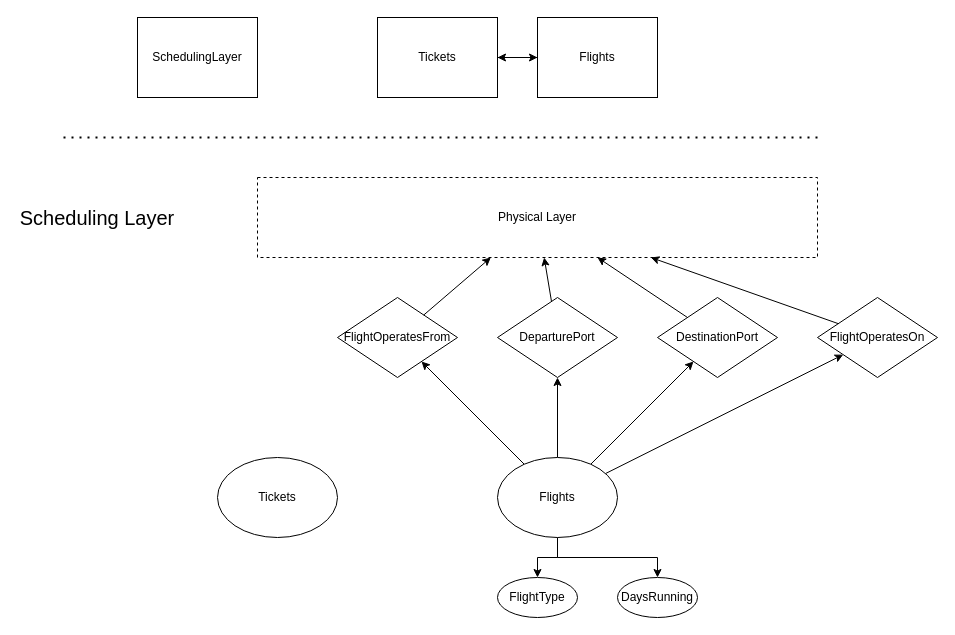
Earlier version of the draw.io diagram page "SchedulingLayer" (4 of 7) of ERDiagram.drawio (kyle4036/DatabaseManagement2026Project1). Source tidied: cells renumbered, new cells numbered last; positions are measured from the earlier drawing's top-left corner, leaving out a move shared by most shapes. Both pictures are drawn from the tidied source at 100%, with x=0, y=0 at pixel (17, 17).
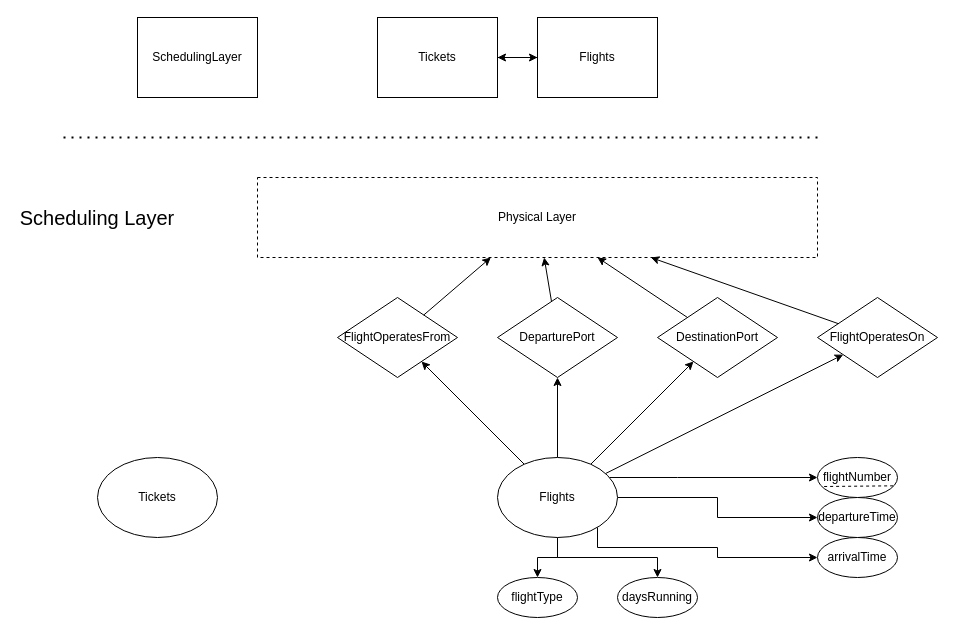
After the change.

The change refers to these unchanged cells:
```xml
<mxCell id="15" value="Flights" style="ellipse;whiteSpace=wrap;html=1;" parent="1" vertex="1">
  <mxGeometry x="480" y="440" width="120" height="80" as="geometry" />
</mxCell>
```

The edit, as a diff of the source:
```diff
@@
+    <mxCell id="29" style="edgeStyle=orthogonalEdgeStyle;rounded=0;jettySize=auto;html=1;" parent="1" edge="1" source="15" target="32">
+      <mxGeometry relative="1" as="geometry" />
+    </mxCell>
+    <mxCell id="30" style="edgeStyle=orthogonalEdgeStyle;rounded=0;jettySize=auto;html=1;" parent="1" edge="1" source="15" target="35">
+      <mxGeometry relative="1" as="geometry">
+        <Array as="points">
+          <mxPoint x="660" y="460" />
+          <mxPoint x="660" y="460" />
+        </Array>
+      </mxGeometry>
+    </mxCell>
+    <mxCell id="31" style="edgeStyle=orthogonalEdgeStyle;rounded=0;jettySize=auto;html=1;" parent="1" edge="1" source="15" target="33">
+      <mxGeometry relative="1" as="geometry">
+        <Array as="points">
+          <mxPoint x="580" y="530" />
+          <mxPoint x="700" y="530" />
+          <mxPoint x="700" y="540" />
+        </Array>
+      </mxGeometry>
+    </mxCell>
@@
     <mxCell id="16" value="Tickets" style="ellipse;whiteSpace=wrap;html=1;" parent="1" vertex="1">
-      <mxGeometry x="200" y="440" width="120" height="80" as="geometry" />
+      <mxGeometry x="80" y="440" width="120" height="80" as="geometry" />
     </mxCell>
@@
-    <mxCell id="27" value="FlightType" style="ellipse;whiteSpace=wrap;html=1;" parent="1" vertex="1">
+    <mxCell id="27" value="flightType" style="ellipse;whiteSpace=wrap;html=1;" parent="1" vertex="1">
       <mxGeometry x="480" y="560" width="80" height="40" as="geometry" />
     </mxCell>
-    <mxCell id="28" value="DaysRunning" style="ellipse;whiteSpace=wrap;html=1;" parent="1" vertex="1">
+    <mxCell id="28" value="daysRunning" style="ellipse;whiteSpace=wrap;html=1;" parent="1" vertex="1">
       <mxGeometry x="600" y="560" width="80" height="40" as="geometry" />
     </mxCell>
+    <mxCell id="32" value="departureTime" style="ellipse;whiteSpace=wrap;html=1;" parent="1" vertex="1">
+      <mxGeometry x="800" y="480" width="80" height="40" as="geometry" />
+    </mxCell>
+    <mxCell id="33" value="arrivalTime" style="ellipse;whiteSpace=wrap;html=1;" parent="1" vertex="1">
+      <mxGeometry x="800" y="520" width="80" height="40" as="geometry" />
+    </mxCell>
+    <mxCell id="34" style="group;" parent="1" vertex="1">
+      <mxGeometry x="800" y="440" width="80" height="40" as="geometry" />
+    </mxCell>
+    <mxCell id="35" value="flightNumber" style="ellipse;whiteSpace=wrap;html=1;" parent="34" vertex="1">
+      <mxGeometry width="80" height="40" as="geometry" />
+    </mxCell>
+    <mxCell id="36" style="endArrow=none;dashed=1;html=1;rounded=0;exitX=0.083;exitY=0.725;exitDx=0;exitDy=0;exitPerimeter=0;entryX=0.963;entryY=0.708;entryDx=0;entryDy=0;entryPerimeter=0;" parent="34" edge="1" source="35" target="35">
+      <mxGeometry relative="1" as="geometry" />
+    </mxCell>
```
